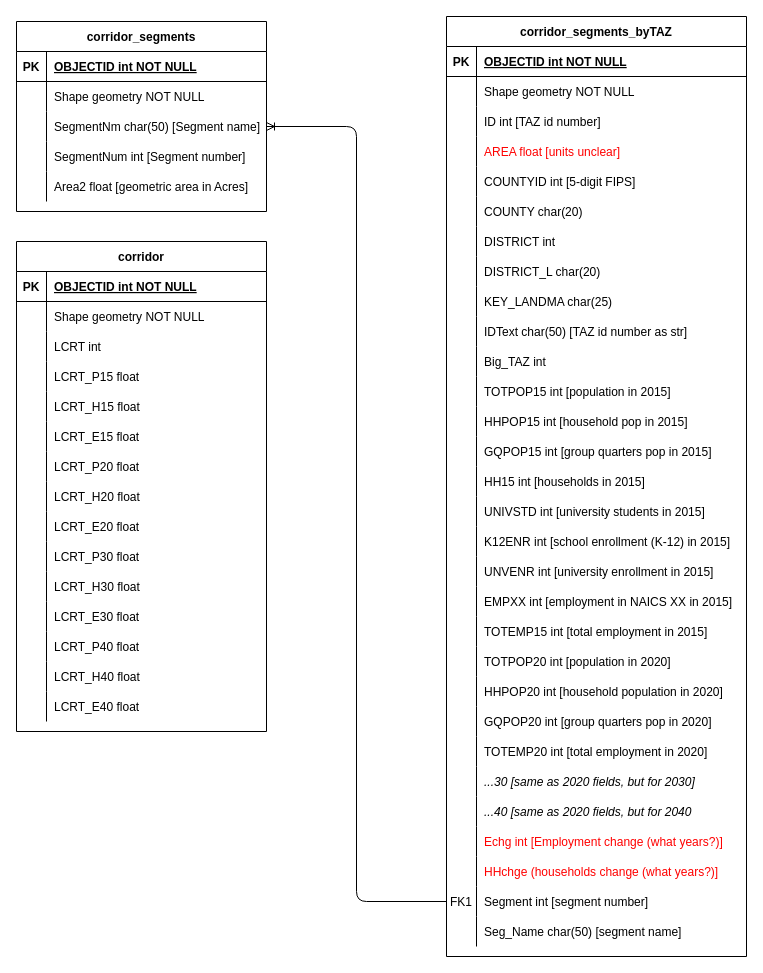
renaissanceplanning/LCBRT_TOD keeps this draw.io diagram as page "Page-2" (2 of 3) of Untitled Diagram.drawio. Above is the earlier version. Source tidied: cells renumbered, new cells numbered last; positions are measured from the earlier drawing's top-left corner, leaving out a move shared by most shapes. Both pictures are drawn from the tidied source at 100%, with x=0, y=0 at pixel (16, 16).
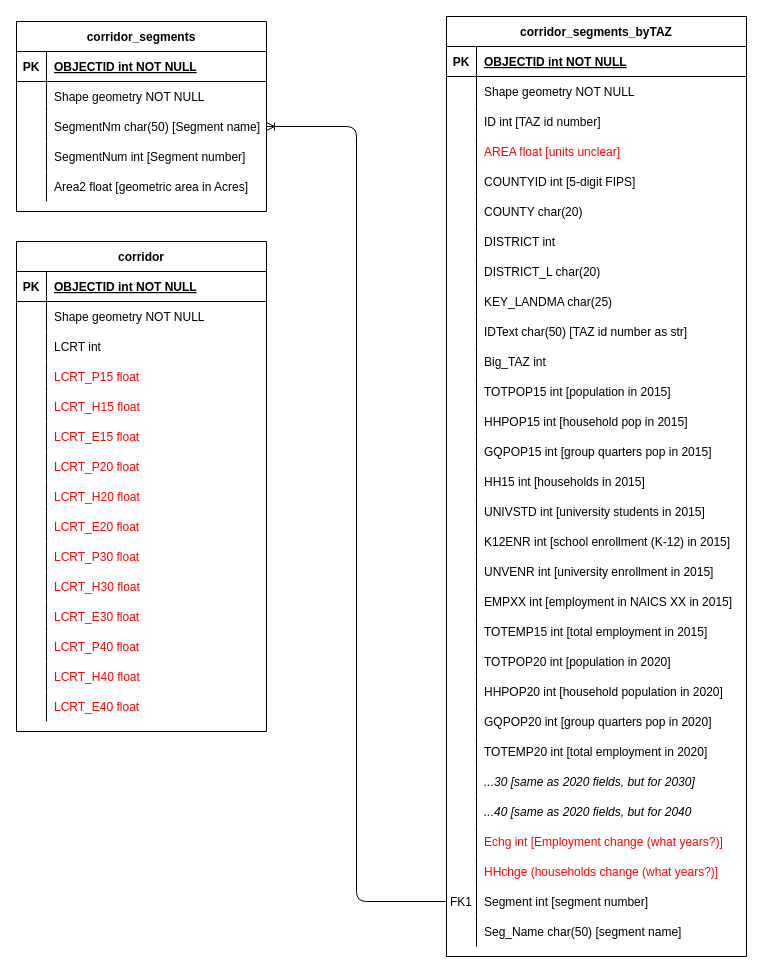
Above is the later version.

The change refers to these unchanged cells:
```xml
<mxCell id="28" style="shape=partialRectangle;fillColor=none;top=0;left=0;right=0;bottom=0;" parent="18" vertex="1">
  <mxGeometry y="120" width="250" height="30" as="geometry" />
</mxCell>
<mxCell id="31" style="shape=partialRectangle;fillColor=none;top=0;left=0;right=0;bottom=0;" parent="18" vertex="1">
  <mxGeometry y="150" width="250" height="30" as="geometry" />
</mxCell>
<mxCell id="34" style="shape=partialRectangle;fillColor=none;top=0;left=0;right=0;bottom=0;" parent="18" vertex="1">
  <mxGeometry y="180" width="250" height="30" as="geometry" />
</mxCell>
<mxCell id="37" style="shape=partialRectangle;fillColor=none;top=0;left=0;right=0;bottom=0;" parent="18" vertex="1">
  <mxGeometry y="210" width="250" height="30" as="geometry" />
</mxCell>
<mxCell id="40" style="shape=partialRectangle;fillColor=none;top=0;left=0;right=0;bottom=0;" parent="18" vertex="1">
  <mxGeometry y="240" width="250" height="30" as="geometry" />
</mxCell>
<mxCell id="43" style="shape=partialRectangle;fillColor=none;top=0;left=0;right=0;bottom=0;" parent="18" vertex="1">
  <mxGeometry y="270" width="250" height="30" as="geometry" />
</mxCell>
<mxCell id="46" style="shape=partialRectangle;fillColor=none;top=0;left=0;right=0;bottom=0;" parent="18" vertex="1">
  <mxGeometry y="300" width="250" height="30" as="geometry" />
</mxCell>
<mxCell id="49" style="shape=partialRectangle;fillColor=none;top=0;left=0;right=0;bottom=0;" parent="18" vertex="1">
  <mxGeometry y="330" width="250" height="30" as="geometry" />
</mxCell>
<mxCell id="52" style="shape=partialRectangle;fillColor=none;top=0;left=0;right=0;bottom=0;" parent="18" vertex="1">
  <mxGeometry y="360" width="250" height="30" as="geometry" />
</mxCell>
<mxCell id="55" style="shape=partialRectangle;fillColor=none;top=0;left=0;right=0;bottom=0;" parent="18" vertex="1">
  <mxGeometry y="390" width="250" height="30" as="geometry" />
</mxCell>
<mxCell id="58" style="shape=partialRectangle;fillColor=none;top=0;left=0;right=0;bottom=0;" parent="18" vertex="1">
  <mxGeometry y="420" width="250" height="30" as="geometry" />
</mxCell>
<mxCell id="61" style="shape=partialRectangle;fillColor=none;top=0;left=0;right=0;bottom=0;" parent="18" vertex="1">
  <mxGeometry y="450" width="250" height="30" as="geometry" />
</mxCell>
```

Diff of the diagram source:
```diff
@@
-    <mxCell id="30" value="LCRT_P15 float" style="shape=partialRectangle;overflow=hidden;fillColor=none;top=0;left=0;bottom=0;right=0;align=left;spacingLeft=6;strokeColor=#FF0000;" parent="28" vertex="1">
+    <mxCell id="30" value="LCRT_P15 float" style="shape=partialRectangle;overflow=hidden;fillColor=none;top=0;left=0;bottom=0;right=0;align=left;spacingLeft=6;strokeColor=#FF0000;fontColor=#FF0000;" parent="28" vertex="1">
       <mxGeometry x="30" width="220" height="30" as="geometry" />
     </mxCell>
@@
-    <mxCell id="33" value="LCRT_H15 float" style="shape=partialRectangle;overflow=hidden;fillColor=none;top=0;left=0;bottom=0;right=0;align=left;spacingLeft=6;strokeColor=#FF0000;" parent="31" vertex="1">
+    <mxCell id="33" value="LCRT_H15 float" style="shape=partialRectangle;overflow=hidden;fillColor=none;top=0;left=0;bottom=0;right=0;align=left;spacingLeft=6;strokeColor=#FF0000;fontColor=#FF0000;" parent="31" vertex="1">
       <mxGeometry x="30" width="220" height="30" as="geometry" />
     </mxCell>
@@
-    <mxCell id="36" value="LCRT_E15 float" style="shape=partialRectangle;overflow=hidden;fillColor=none;top=0;left=0;bottom=0;right=0;align=left;spacingLeft=6;strokeColor=#FF0000;" parent="34" vertex="1">
+    <mxCell id="36" value="LCRT_E15 float" style="shape=partialRectangle;overflow=hidden;fillColor=none;top=0;left=0;bottom=0;right=0;align=left;spacingLeft=6;strokeColor=#FF0000;fontColor=#FF0000;" parent="34" vertex="1">
       <mxGeometry x="30" width="220" height="30" as="geometry" />
     </mxCell>
@@
-    <mxCell id="39" value="LCRT_P20 float" style="shape=partialRectangle;overflow=hidden;fillColor=none;top=0;left=0;bottom=0;right=0;align=left;spacingLeft=6;strokeColor=#FF0000;" parent="37" vertex="1">
+    <mxCell id="39" value="LCRT_P20 float" style="shape=partialRectangle;overflow=hidden;fillColor=none;top=0;left=0;bottom=0;right=0;align=left;spacingLeft=6;strokeColor=#FF0000;fontColor=#FF0000;" parent="37" vertex="1">
       <mxGeometry x="30" width="220" height="30" as="geometry" />
     </mxCell>
@@
-    <mxCell id="42" value="LCRT_H20  float" style="shape=partialRectangle;overflow=hidden;fillColor=none;top=0;left=0;bottom=0;right=0;align=left;spacingLeft=6;strokeColor=#FF0000;" parent="40" vertex="1">
+    <mxCell id="42" value="LCRT_H20  float" style="shape=partialRectangle;overflow=hidden;fillColor=none;top=0;left=0;bottom=0;right=0;align=left;spacingLeft=6;strokeColor=#FF0000;fontColor=#FF0000;" parent="40" vertex="1">
       <mxGeometry x="30" width="220" height="30" as="geometry" />
     </mxCell>
@@
-    <mxCell id="45" value="LCRT_E20 float" style="shape=partialRectangle;overflow=hidden;fillColor=none;top=0;left=0;bottom=0;right=0;align=left;spacingLeft=6;strokeColor=#FF0000;" parent="43" vertex="1">
+    <mxCell id="45" value="LCRT_E20 float" style="shape=partialRectangle;overflow=hidden;fillColor=none;top=0;left=0;bottom=0;right=0;align=left;spacingLeft=6;strokeColor=#FF0000;fontColor=#FF0000;" parent="43" vertex="1">
       <mxGeometry x="30" width="220" height="30" as="geometry" />
     </mxCell>
@@
-    <mxCell id="48" value="LCRT_P30 float" style="shape=partialRectangle;overflow=hidden;fillColor=none;top=0;left=0;bottom=0;right=0;align=left;spacingLeft=6;strokeColor=#FF0000;" parent="46" vertex="1">
+    <mxCell id="48" value="LCRT_P30 float" style="shape=partialRectangle;overflow=hidden;fillColor=none;top=0;left=0;bottom=0;right=0;align=left;spacingLeft=6;strokeColor=#FF0000;fontColor=#FF0000;" parent="46" vertex="1">
       <mxGeometry x="30" width="220" height="30" as="geometry" />
     </mxCell>
@@
-    <mxCell id="51" value="LCRT_H30 float" style="shape=partialRectangle;overflow=hidden;fillColor=none;top=0;left=0;bottom=0;right=0;align=left;spacingLeft=6;strokeColor=#FF0000;" parent="49" vertex="1">
+    <mxCell id="51" value="LCRT_H30 float" style="shape=partialRectangle;overflow=hidden;fillColor=none;top=0;left=0;bottom=0;right=0;align=left;spacingLeft=6;strokeColor=#FF0000;fontColor=#FF0000;" parent="49" vertex="1">
       <mxGeometry x="30" width="220" height="30" as="geometry" />
     </mxCell>
@@
-    <mxCell id="54" value="LCRT_E30 float" style="shape=partialRectangle;overflow=hidden;fillColor=none;top=0;left=0;bottom=0;right=0;align=left;spacingLeft=6;strokeColor=#FF0000;" parent="52" vertex="1">
+    <mxCell id="54" value="LCRT_E30 float" style="shape=partialRectangle;overflow=hidden;fillColor=none;top=0;left=0;bottom=0;right=0;align=left;spacingLeft=6;strokeColor=#FF0000;fontColor=#FF0000;" parent="52" vertex="1">
       <mxGeometry x="30" width="220" height="30" as="geometry" />
     </mxCell>
@@
-    <mxCell id="57" value="LCRT_P40 float" style="shape=partialRectangle;overflow=hidden;fillColor=none;top=0;left=0;bottom=0;right=0;align=left;spacingLeft=6;strokeColor=#FF0000;" parent="55" vertex="1">
+    <mxCell id="57" value="LCRT_P40 float" style="shape=partialRectangle;overflow=hidden;fillColor=none;top=0;left=0;bottom=0;right=0;align=left;spacingLeft=6;strokeColor=#FF0000;fontColor=#FF0000;" parent="55" vertex="1">
       <mxGeometry x="30" width="220" height="30" as="geometry" />
     </mxCell>
@@
-    <mxCell id="60" value="LCRT_H40 float" style="shape=partialRectangle;overflow=hidden;fillColor=none;top=0;left=0;bottom=0;right=0;align=left;spacingLeft=6;strokeColor=#FF0000;" parent="58" vertex="1">
+    <mxCell id="60" value="LCRT_H40 float" style="shape=partialRectangle;overflow=hidden;fillColor=none;top=0;left=0;bottom=0;right=0;align=left;spacingLeft=6;strokeColor=#FF0000;fontColor=#FF0000;" parent="58" vertex="1">
       <mxGeometry x="30" width="220" height="30" as="geometry" />
     </mxCell>
@@
-    <mxCell id="63" value="LCRT_E40 float" style="shape=partialRectangle;overflow=hidden;fillColor=none;top=0;left=0;bottom=0;right=0;align=left;spacingLeft=6;strokeColor=#FF0000;" parent="61" vertex="1">
+    <mxCell id="63" value="LCRT_E40 float" style="shape=partialRectangle;overflow=hidden;fillColor=none;top=0;left=0;bottom=0;right=0;align=left;spacingLeft=6;strokeColor=#FF0000;fontColor=#FF0000;" parent="61" vertex="1">
       <mxGeometry x="30" width="220" height="30" as="geometry" />
     </mxCell>
```
